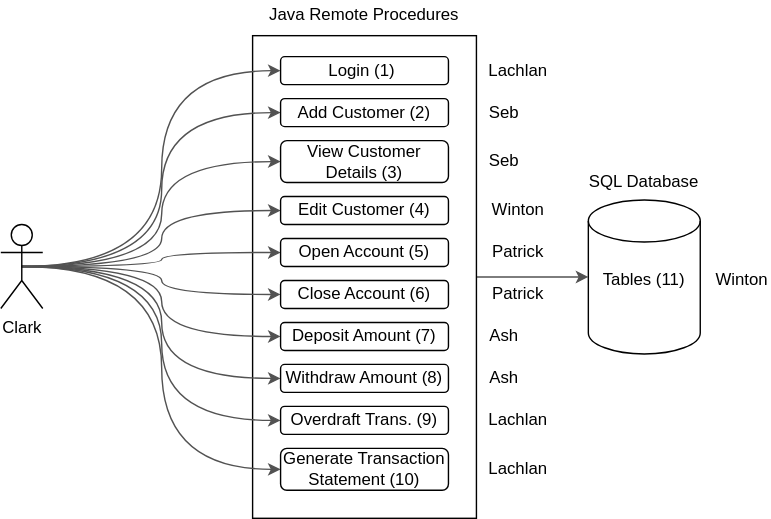
lolcats111/JDBC-Project-Group-B keeps this draw.io diagram as System Design.svg. Above is the earlier version. Source tidied: cells renumbered, new cells last; positions are measured from the earlier drawing's top-left corner, leaving out a move shared by most shapes.
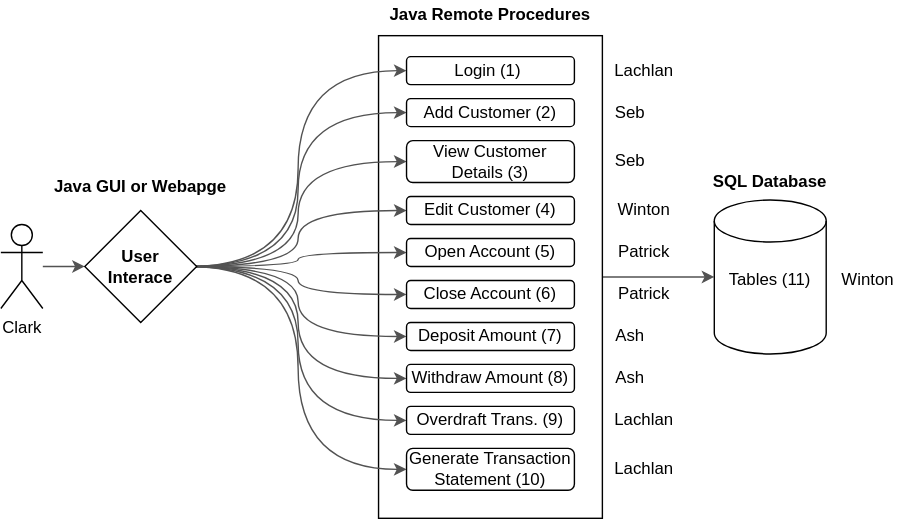
The same file after the commit.

The edit, as a diff of the source:
```diff
@@ -8,39 +8,56 @@
     <mxCell id="3" style="rounded=0;whiteSpace=wrap;html=1;" parent="1" vertex="1">
       <mxGeometry x="180" y="25" width="160" height="345" as="geometry" />
     </mxCell>
-    <mxCell id="4" style="edgeStyle=orthogonalEdgeStyle;curved=1;rounded=0;jettySize=auto;html=1;exitX=0.5;exitY=0.5;exitDx=0;exitDy=0;exitPerimeter=0;entryX=0;entryY=0.5;entryDx=0;entryDy=0;strokeColor=#525252;" parent="1" edge="1" source="14" target="15">
-      <mxGeometry relative="1" as="geometry" />
+    <mxCell id="4" style="edgeStyle=orthogonalEdgeStyle;curved=1;rounded=0;jettySize=auto;html=1;exitX=0.5;exitY=0.5;exitDx=0;exitDy=0;exitPerimeter=0;entryX=0;entryY=0.5;entryDx=0;entryDy=0;strokeColor=#525252;" parent="1" edge="1" target="15">
+      <mxGeometry relative="1" as="geometry">
+        <mxPoint x="45" y="190" as="sourcePoint" />
+      </mxGeometry>
     </mxCell>
-    <mxCell id="5" style="edgeStyle=orthogonalEdgeStyle;curved=1;rounded=0;jettySize=auto;html=1;exitX=0.5;exitY=0.5;exitDx=0;exitDy=0;exitPerimeter=0;entryX=0;entryY=0.5;entryDx=0;entryDy=0;strokeColor=#525252;" parent="1" edge="1" source="14" target="16">
-      <mxGeometry relative="1" as="geometry" />
+    <mxCell id="5" style="edgeStyle=orthogonalEdgeStyle;curved=1;rounded=0;jettySize=auto;html=1;exitX=0.5;exitY=0.5;exitDx=0;exitDy=0;exitPerimeter=0;entryX=0;entryY=0.5;entryDx=0;entryDy=0;strokeColor=#525252;" parent="1" edge="1" target="16">
+      <mxGeometry relative="1" as="geometry">
+        <mxPoint x="45" y="190" as="sourcePoint" />
+      </mxGeometry>
     </mxCell>
-    <mxCell id="6" style="edgeStyle=orthogonalEdgeStyle;curved=1;rounded=0;jettySize=auto;html=1;exitX=0.5;exitY=0.5;exitDx=0;exitDy=0;exitPerimeter=0;entryX=0;entryY=0.5;entryDx=0;entryDy=0;strokeColor=#525252;" parent="1" edge="1" source="14" target="24">
-      <mxGeometry relative="1" as="geometry" />
+    <mxCell id="6" style="edgeStyle=orthogonalEdgeStyle;curved=1;rounded=0;jettySize=auto;html=1;exitX=0.5;exitY=0.5;exitDx=0;exitDy=0;exitPerimeter=0;entryX=0;entryY=0.5;entryDx=0;entryDy=0;strokeColor=#525252;" parent="1" edge="1" target="24">
+      <mxGeometry relative="1" as="geometry">
+        <mxPoint x="45" y="190" as="sourcePoint" />
+      </mxGeometry>
     </mxCell>
-    <mxCell id="7" style="edgeStyle=orthogonalEdgeStyle;curved=1;rounded=0;jettySize=auto;html=1;exitX=0.5;exitY=0.5;exitDx=0;exitDy=0;exitPerimeter=0;entryX=0;entryY=0.5;entryDx=0;entryDy=0;strokeColor=#525252;" parent="1" edge="1" source="14" target="17">
-      <mxGeometry relative="1" as="geometry" />
+    <mxCell id="7" style="edgeStyle=orthogonalEdgeStyle;curved=1;rounded=0;jettySize=auto;html=1;exitX=0.5;exitY=0.5;exitDx=0;exitDy=0;exitPerimeter=0;entryX=0;entryY=0.5;entryDx=0;entryDy=0;strokeColor=#525252;" parent="1" edge="1" target="17">
+      <mxGeometry relative="1" as="geometry">
+        <mxPoint x="45" y="190" as="sourcePoint" />
+      </mxGeometry>
     </mxCell>
-    <mxCell id="8" style="edgeStyle=orthogonalEdgeStyle;curved=1;rounded=0;jettySize=auto;html=1;exitX=0.5;exitY=0.5;exitDx=0;exitDy=0;exitPerimeter=0;entryX=0;entryY=0.5;entryDx=0;entryDy=0;strokeColor=#525252;" parent="1" edge="1" source="14" target="18">
-      <mxGeometry relative="1" as="geometry" />
+    <mxCell id="8" style="edgeStyle=orthogonalEdgeStyle;curved=1;rounded=0;jettySize=auto;html=1;exitX=0.5;exitY=0.5;exitDx=0;exitDy=0;exitPerimeter=0;entryX=0;entryY=0.5;entryDx=0;entryDy=0;strokeColor=#525252;" parent="1" edge="1" target="18">
+      <mxGeometry relative="1" as="geometry">
+        <mxPoint x="45" y="190" as="sourcePoint" />
+      </mxGeometry>
     </mxCell>
-    <mxCell id="9" style="edgeStyle=orthogonalEdgeStyle;curved=1;rounded=0;jettySize=auto;html=1;exitX=0.5;exitY=0.5;exitDx=0;exitDy=0;exitPerimeter=0;entryX=0;entryY=0.5;entryDx=0;entryDy=0;strokeColor=#525252;" parent="1" edge="1" source="14" target="19">
-      <mxGeometry relative="1" as="geometry" />
+    <mxCell id="9" style="edgeStyle=orthogonalEdgeStyle;curved=1;rounded=0;jettySize=auto;html=1;exitX=0.5;exitY=0.5;exitDx=0;exitDy=0;exitPerimeter=0;entryX=0;entryY=0.5;entryDx=0;entryDy=0;strokeColor=#525252;" parent="1" edge="1" target="19">
+      <mxGeometry relative="1" as="geometry">
+        <mxPoint x="45" y="190" as="sourcePoint" />
+      </mxGeometry>
     </mxCell>
-    <mxCell id="10" style="edgeStyle=orthogonalEdgeStyle;curved=1;rounded=0;jettySize=auto;html=1;exitX=0.5;exitY=0.5;exitDx=0;exitDy=0;exitPerimeter=0;entryX=0;entryY=0.5;entryDx=0;entryDy=0;strokeColor=#525252;" parent="1" edge="1" source="14" target="20">
-      <mxGeometry relative="1" as="geometry" />
+    <mxCell id="10" style="edgeStyle=orthogonalEdgeStyle;curved=1;rounded=0;jettySize=auto;html=1;exitX=0.5;exitY=0.5;exitDx=0;exitDy=0;exitPerimeter=0;entryX=0;entryY=0.5;entryDx=0;entryDy=0;strokeColor=#525252;" parent="1" edge="1" target="20">
+      <mxGeometry relative="1" as="geometry">
+        <mxPoint x="45" y="190" as="sourcePoint" />
+      </mxGeometry>
     </mxCell>
-    <mxCell id="11" style="edgeStyle=orthogonalEdgeStyle;curved=1;rounded=0;jettySize=auto;html=1;exitX=0.5;exitY=0.5;exitDx=0;exitDy=0;exitPerimeter=0;entryX=0;entryY=0.5;entryDx=0;entryDy=0;strokeColor=#525252;" parent="1" edge="1" source="14" target="21">
-      <mxGeometry relative="1" as="geometry" />
+    <mxCell id="11" style="edgeStyle=orthogonalEdgeStyle;curved=1;rounded=0;jettySize=auto;html=1;exitX=0.5;exitY=0.5;exitDx=0;exitDy=0;exitPerimeter=0;entryX=0;entryY=0.5;entryDx=0;entryDy=0;strokeColor=#525252;" parent="1" edge="1" target="21">
+      <mxGeometry relative="1" as="geometry">
+        <mxPoint x="45" y="190" as="sourcePoint" />
+      </mxGeometry>
     </mxCell>
-    <mxCell id="12" style="edgeStyle=orthogonalEdgeStyle;curved=1;rounded=0;jettySize=auto;html=1;exitX=0.5;exitY=0.5;exitDx=0;exitDy=0;exitPerimeter=0;entryX=0;entryY=0.5;entryDx=0;entryDy=0;strokeColor=#525252;" parent="1" edge="1" source="14" target="22">
-      <mxGeometry relative="1" as="geometry" />
+    <mxCell id="12" style="edgeStyle=orthogonalEdgeStyle;curved=1;rounded=0;jettySize=auto;html=1;exitX=0.5;exitY=0.5;exitDx=0;exitDy=0;exitPerimeter=0;entryX=0;entryY=0.5;entryDx=0;entryDy=0;strokeColor=#525252;" parent="1" edge="1" target="22">
+      <mxGeometry relative="1" as="geometry">
+        <mxPoint x="45" y="190" as="sourcePoint" />
+      </mxGeometry>
     </mxCell>
-    <mxCell id="13" style="edgeStyle=orthogonalEdgeStyle;curved=1;rounded=0;jettySize=auto;html=1;exitX=0.5;exitY=0.5;exitDx=0;exitDy=0;exitPerimeter=0;entryX=0;entryY=0.5;entryDx=0;entryDy=0;strokeColor=#525252;" parent="1" edge="1" source="14" target="23">
-      <mxGeometry relative="1" as="geometry" />
+    <mxCell id="13" style="edgeStyle=orthogonalEdgeStyle;curved=1;rounded=0;jettySize=auto;html=1;exitX=0.5;exitY=0.5;exitDx=0;exitDy=0;exitPerimeter=0;entryX=0;entryY=0.5;entryDx=0;entryDy=0;strokeColor=#525252;" parent="1" edge="1" target="23">
+      <mxGeometry relative="1" as="geometry">
+        <mxPoint x="45" y="190" as="sourcePoint" />
+      </mxGeometry>
     </mxCell>
-    <mxCell id="14" value="Clark" style="shape=umlActor;verticalLabelPosition=bottom;verticalAlign=top;html=1;outlineConnect=0;" parent="1" vertex="1">
-      <mxGeometry y="160" width="30" height="60" as="geometry" />
-    </mxCell>
     <mxCell id="15" value="Login (1)&amp;nbsp;" style="rounded=1;whiteSpace=wrap;html=1;" parent="1" vertex="1">
       <mxGeometry x="200" y="40" width="120" height="20" as="geometry" />
     </mxCell>
@@ -71,13 +88,13 @@
     <mxCell id="24" value="View Customer Details (3)" style="rounded=1;whiteSpace=wrap;html=1;" parent="1" vertex="1">
       <mxGeometry x="200" y="100" width="120" height="30" as="geometry" />
     </mxCell>
-    <mxCell id="25" value="Java Remote Procedures" style="text;html=1;strokeColor=none;fillColor=none;align=center;verticalAlign=middle;whiteSpace=wrap;rounded=0;" parent="1" vertex="1">
+    <mxCell id="25" value="Java Remote Procedures" style="text;html=1;strokeColor=none;fillColor=none;align=center;verticalAlign=middle;whiteSpace=wrap;rounded=0;fontStyle=1;" parent="1" vertex="1">
       <mxGeometry x="185" width="150" height="20" as="geometry" />
     </mxCell>
     <mxCell id="26" style="shape=cylinder3;whiteSpace=wrap;html=1;boundedLbl=1;backgroundOutline=1;size=15;" parent="1" vertex="1">
       <mxGeometry x="420" y="142.5" width="80" height="110" as="geometry" />
     </mxCell>
-    <mxCell id="27" value="SQL Database" style="text;html=1;strokeColor=none;fillColor=none;align=center;verticalAlign=middle;whiteSpace=wrap;rounded=0;" parent="1" vertex="1">
+    <mxCell id="27" value="SQL Database" style="text;html=1;strokeColor=none;fillColor=none;align=center;verticalAlign=middle;whiteSpace=wrap;rounded=0;fontStyle=1;" parent="1" vertex="1">
       <mxGeometry x="400" y="120" width="120" height="20" as="geometry" />
     </mxCell>
     <mxCell id="28" value="Tables (11)" style="text;html=1;strokeColor=none;fillColor=none;align=center;verticalAlign=middle;whiteSpace=wrap;rounded=0;" parent="1" vertex="1">
@@ -116,5 +133,17 @@
     <mxCell id="39" value="Lachlan" style="text;html=1;strokeColor=none;fillColor=none;align=center;verticalAlign=middle;whiteSpace=wrap;rounded=0;" parent="1" vertex="1">
       <mxGeometry x="350" y="40" width="40" height="20" as="geometry" />
     </mxCell>
+    <mxCell id="40" style="edgeStyle=orthogonalEdgeStyle;curved=1;rounded=0;jettySize=auto;html=1;strokeColor=#525252;entryX=0;entryY=0.5;entryDx=0;entryDy=0;" parent="1" edge="1" source="14" target="41">
+      <mxGeometry relative="1" as="geometry" />
+    </mxCell>
+    <mxCell id="14" value="Clark" style="shape=umlActor;verticalLabelPosition=bottom;verticalAlign=top;html=1;outlineConnect=0;" parent="1" vertex="1">
+      <mxGeometry x="-90" y="160" width="30" height="60" as="geometry" />
+    </mxCell>
+    <mxCell id="41" value="User&lt;br&gt;Interace" style="rhombus;whiteSpace=wrap;html=1;fontStyle=1;" parent="1" vertex="1">
+      <mxGeometry x="-30" y="150" width="80" height="80" as="geometry" />
+    </mxCell>
+    <mxCell id="42" value="Java GUI or Webapge" style="text;html=1;strokeColor=none;fillColor=none;align=center;verticalAlign=middle;whiteSpace=wrap;rounded=0;fontStyle=1;" parent="1" vertex="1">
+      <mxGeometry x="-65" y="122.5" width="150" height="20" as="geometry" />
+    </mxCell>
   </root>
 </mxGraphModel>
```
